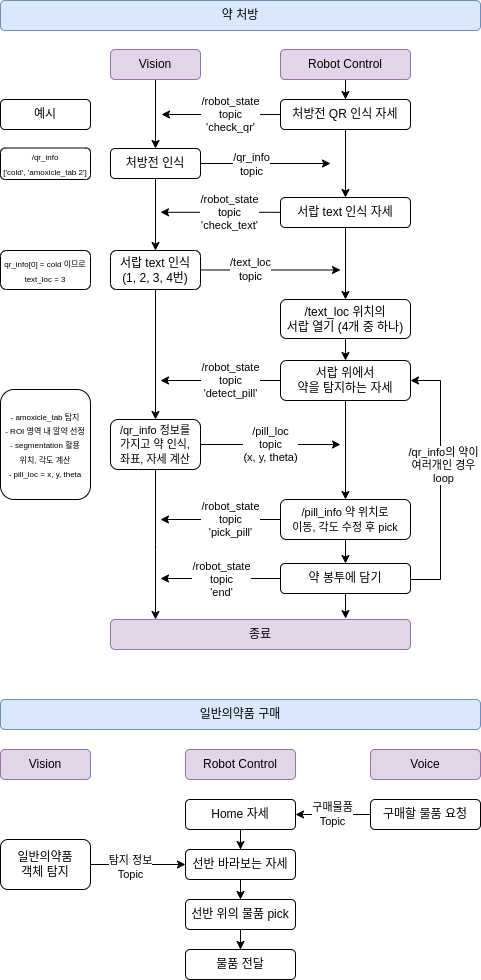
Before: rokey_project/image/system_flow/ROKEY_Pharmacy_detail.drawio.png, a diagram exported from draw.io (hongha0704/rokey_pharmacy). Source tidied: cells renumbered, new cells last; positions are measured from the earlier drawing's top-left corner, leaving out a move shared by most shapes.
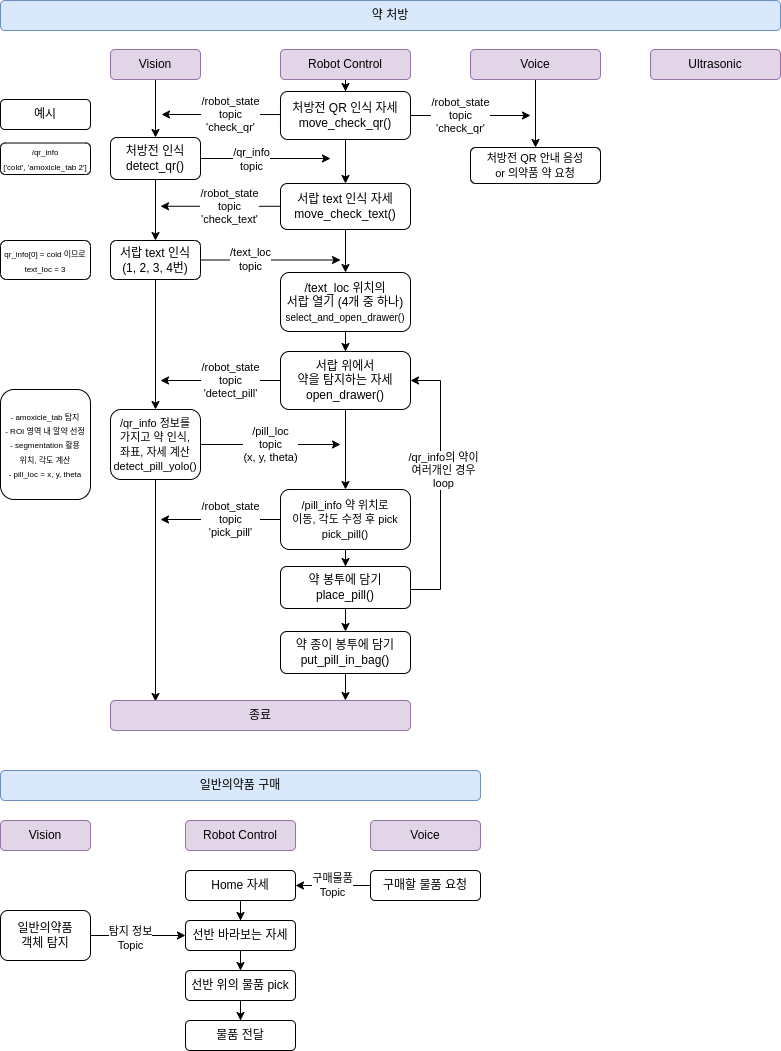
Above is the later version.

Change to the diagram source:
```diff
@@ -8,3 +8,3 @@
     <mxCell id="3" value="Vision" style="rounded=1;whiteSpace=wrap;html=1;fillColor=#e1d5e7;strokeColor=#9673a6;" parent="1" vertex="1">
-      <mxGeometry x="110" y="49" width="90" height="30" as="geometry" />
+      <mxGeometry x="90" y="38" width="90" height="30" as="geometry" />
     </mxCell>
@@ -14,3 +14,3 @@
     <mxCell id="5" value="Robot Control" style="rounded=1;whiteSpace=wrap;html=1;fillColor=#e1d5e7;strokeColor=#9673a6;" parent="1" vertex="1">
-      <mxGeometry x="280" y="49" width="130" height="30" as="geometry" />
+      <mxGeometry x="260" y="38" width="130" height="30" as="geometry" />
     </mxCell>
@@ -18,3 +18,3 @@
       <mxGeometry relative="1" as="geometry">
-        <mxPoint x="330" y="163" as="targetPoint" />
+        <mxPoint x="310" y="147" as="targetPoint" />
       </mxGeometry>
@@ -29,4 +29,4 @@
     </mxCell>
-    <mxCell id="9" value="처방전 인식" style="rounded=1;whiteSpace=wrap;html=1;" parent="1" vertex="1">
-      <mxGeometry x="110" y="148" width="90" height="30" as="geometry" />
+    <mxCell id="9" value="처방전 인식&lt;div&gt;detect_qr()&lt;/div&gt;" style="rounded=1;whiteSpace=wrap;html=1;" parent="1" vertex="1">
+      <mxGeometry x="90" y="126" width="90" height="42" as="geometry" />
     </mxCell>
@@ -34,4 +34,4 @@
       <mxGeometry x="-0.15" relative="1" as="geometry">
-        <mxPoint x="281" y="114" as="sourcePoint" />
-        <mxPoint x="161" y="114" as="targetPoint" />
+        <mxPoint x="261" y="103" as="sourcePoint" />
+        <mxPoint x="141" y="103" as="targetPoint" />
       </mxGeometry>
@@ -41,4 +41,9 @@
     </mxCell>
+    <mxCell id="57" value="&lt;span style=&quot;forced-color-adjust: none; color: light-dark(rgb(0, 0, 0), rgb(237, 237, 237)); font-family: Helvetica; font-size: 11px; font-style: normal; font-variant-ligatures: normal; font-variant-caps: normal; font-weight: 400; letter-spacing: normal; orphans: 2; text-align: center; text-indent: 0px; text-transform: none; widows: 2; word-spacing: 0px; -webkit-text-stroke-width: 0px; white-space: nowrap; background-color: light-dark(rgb(255, 255, 255), rgb(18, 18, 18)); text-decoration-thickness: initial; text-decoration-style: initial; text-decoration-color: initial; float: none; display: inline !important;&quot;&gt;/robot_state&lt;/span&gt;&lt;div style=&quot;forced-color-adjust: none; color: light-dark(rgb(0, 0, 0), rgb(237, 237, 237)); font-family: Helvetica; font-size: 11px; font-style: normal; font-variant-ligatures: normal; font-variant-caps: normal; font-weight: 400; letter-spacing: normal; orphans: 2; text-align: center; text-indent: 0px; text-transform: none; widows: 2; word-spacing: 0px; -webkit-text-stroke-width: 0px; white-space: nowrap; text-decoration-thickness: initial; text-decoration-style: initial; text-decoration-color: initial;&quot;&gt;topic&lt;/div&gt;&lt;div style=&quot;forced-color-adjust: none; color: light-dark(rgb(0, 0, 0), rgb(237, 237, 237)); font-family: Helvetica; font-size: 11px; font-style: normal; font-variant-ligatures: normal; font-variant-caps: normal; font-weight: 400; letter-spacing: normal; orphans: 2; text-align: center; text-indent: 0px; text-transform: none; widows: 2; word-spacing: 0px; -webkit-text-stroke-width: 0px; white-space: nowrap; text-decoration-thickness: initial; text-decoration-style: initial; text-decoration-color: initial;&quot;&gt;'check_qr'&lt;/div&gt;" style="edgeStyle=orthogonalEdgeStyle;rounded=0;jettySize=auto;html=1;" parent="1" edge="1" source="12">
+      <mxGeometry x="-0.17" relative="1" as="geometry">
+        <mxPoint x="510" y="104" as="targetPoint" />
+      </mxGeometry>
+    </mxCell>
-    <mxCell id="12" value="처방전 QR 인식 자세" style="rounded=1;whiteSpace=wrap;html=1;" parent="1" vertex="1">
-      <mxGeometry x="280" y="99" width="130" height="30" as="geometry" />
+    <mxCell id="12" value="처방전 QR 인식 자세&lt;div&gt;move_check_qr()&lt;/div&gt;" style="rounded=1;whiteSpace=wrap;html=1;" parent="1" vertex="1">
+      <mxGeometry x="260" y="80" width="130" height="48" as="geometry" />
     </mxCell>
@@ -49,7 +54,7 @@
       <mxGeometry x="-0.17" relative="1" as="geometry">
-        <mxPoint x="160" y="380" as="targetPoint" />
+        <mxPoint x="140" y="369" as="targetPoint" />
       </mxGeometry>
     </mxCell>
-    <mxCell id="15" value="서랍 위에서&lt;div&gt;약을 탐지하는 자세&lt;/div&gt;" style="rounded=1;whiteSpace=wrap;html=1;" parent="1" vertex="1">
-      <mxGeometry x="280" y="360" width="130" height="40" as="geometry" />
+    <mxCell id="15" value="서랍 위에서&lt;div&gt;약을 탐지하는 자세&lt;/div&gt;&lt;div&gt;open_drawer()&lt;/div&gt;" style="rounded=1;whiteSpace=wrap;html=1;" parent="1" vertex="1">
+      <mxGeometry x="260" y="340" width="130" height="58" as="geometry" />
     </mxCell>
@@ -57,3 +62,3 @@
       <mxGeometry x="-0.17" relative="1" as="geometry">
-        <mxPoint x="160" y="519" as="targetPoint" />
+        <mxPoint x="140" y="508" as="targetPoint" />
       </mxGeometry>
@@ -63,10 +68,5 @@
     </mxCell>
-    <mxCell id="18" value="&lt;span style=&quot;font-size: 11px; text-wrap-mode: nowrap; background-color: rgb(255, 255, 255);&quot;&gt;/pill_info 약 위치로 &lt;br&gt;이동, 각도 수정 후 pick&lt;/span&gt;" style="rounded=1;whiteSpace=wrap;html=1;" parent="1" vertex="1">
-      <mxGeometry x="280" y="499" width="130" height="40" as="geometry" />
+    <mxCell id="18" value="&lt;span style=&quot;font-size: 11px; text-wrap-mode: nowrap; background-color: rgb(255, 255, 255);&quot;&gt;/pill_info 약 위치로 &lt;br&gt;이동, 각도 수정 후 pick&lt;/span&gt;&lt;div&gt;&lt;span style=&quot;font-size: 11px; text-wrap-mode: nowrap; background-color: rgb(255, 255, 255);&quot;&gt;pick_pill()&lt;/span&gt;&lt;/div&gt;" style="rounded=1;whiteSpace=wrap;html=1;" parent="1" vertex="1">
+      <mxGeometry x="260" y="478" width="130" height="60" as="geometry" />
     </mxCell>
-    <mxCell id="19" value="&lt;span style=&quot;forced-color-adjust: none; color: rgb(0, 0, 0); font-family: Helvetica; font-size: 11px; font-style: normal; font-variant-ligatures: normal; font-variant-caps: normal; font-weight: 400; letter-spacing: normal; orphans: 2; text-align: center; text-indent: 0px; text-transform: none; widows: 2; word-spacing: 0px; -webkit-text-stroke-width: 0px; white-space: nowrap; background-color: rgb(255, 255, 255); text-decoration-thickness: initial; text-decoration-style: initial; text-decoration-color: initial; float: none; display: inline !important;&quot;&gt;/robot_state&lt;/span&gt;&lt;div style=&quot;forced-color-adjust: none; color: rgb(0, 0, 0); font-family: Helvetica; font-size: 11px; font-style: normal; font-variant-ligatures: normal; font-variant-caps: normal; font-weight: 400; letter-spacing: normal; orphans: 2; text-align: center; text-indent: 0px; text-transform: none; widows: 2; word-spacing: 0px; -webkit-text-stroke-width: 0px; white-space: nowrap; text-decoration-thickness: initial; text-decoration-style: initial; text-decoration-color: initial;&quot;&gt;topic&lt;/div&gt;&lt;div style=&quot;forced-color-adjust: none; color: rgb(0, 0, 0); font-family: Helvetica; font-size: 11px; font-style: normal; font-variant-ligatures: normal; font-variant-caps: normal; font-weight: 400; letter-spacing: normal; orphans: 2; text-align: center; text-indent: 0px; text-transform: none; widows: 2; word-spacing: 0px; -webkit-text-stroke-width: 0px; white-space: nowrap; text-decoration-thickness: initial; text-decoration-style: initial; text-decoration-color: initial;&quot;&gt;'end'&lt;/div&gt;" style="edgeStyle=orthogonalEdgeStyle;rounded=0;jettySize=auto;html=1;" parent="1" edge="1" source="22">
-      <mxGeometry relative="1" as="geometry">
-        <mxPoint x="160" y="578" as="targetPoint" />
-      </mxGeometry>
-    </mxCell>
     <mxCell id="20" style="edgeStyle=orthogonalEdgeStyle;rounded=0;jettySize=auto;html=1;entryX=1;entryY=0.5;entryDx=0;entryDy=0;" parent="1" edge="1" source="22" target="15">
@@ -74,4 +74,4 @@
         <Array as="points">
-          <mxPoint x="440" y="579" />
-          <mxPoint x="440" y="380" />
+          <mxPoint x="420" y="578" />
+          <mxPoint x="420" y="369" />
         </Array>
@@ -82,16 +82,19 @@
     </mxCell>
+    <mxCell id="58" style="edgeStyle=orthogonalEdgeStyle;rounded=0;jettySize=auto;html=1;" parent="1" edge="1" source="22" target="63">
+      <mxGeometry relative="1" as="geometry" />
+    </mxCell>
-    <mxCell id="22" value="약 봉투에 담기" style="rounded=1;whiteSpace=wrap;html=1;" parent="1" vertex="1">
-      <mxGeometry x="280" y="563" width="130" height="30" as="geometry" />
+    <mxCell id="22" value="약 봉투에 담기&lt;div&gt;place_pill()&lt;/div&gt;" style="rounded=1;whiteSpace=wrap;html=1;" parent="1" vertex="1">
+      <mxGeometry x="260" y="555" width="130" height="42" as="geometry" />
     </mxCell>
     <mxCell id="23" value="약 처방" style="rounded=1;whiteSpace=wrap;html=1;fillColor=#dae8fc;strokeColor=#6c8ebf;" parent="1" vertex="1">
-      <mxGeometry width="480" height="30" as="geometry" />
+      <mxGeometry x="-20" y="-11" width="780" height="30" as="geometry" />
     </mxCell>
     <mxCell id="24" value="Vision" style="rounded=1;whiteSpace=wrap;html=1;fillColor=#e1d5e7;strokeColor=#9673a6;" parent="1" vertex="1">
-      <mxGeometry y="749" width="90" height="30" as="geometry" />
+      <mxGeometry x="-20" y="809" width="90" height="30" as="geometry" />
     </mxCell>
     <mxCell id="25" value="Robot Control" style="rounded=1;whiteSpace=wrap;html=1;fillColor=#e1d5e7;strokeColor=#9673a6;" parent="1" vertex="1">
-      <mxGeometry x="185" y="749" width="110" height="30" as="geometry" />
+      <mxGeometry x="165" y="809" width="110" height="30" as="geometry" />
     </mxCell>
     <mxCell id="26" value="Voice" style="rounded=1;whiteSpace=wrap;html=1;fillColor=#e1d5e7;strokeColor=#9673a6;" parent="1" vertex="1">
-      <mxGeometry x="370" y="749" width="110" height="30" as="geometry" />
+      <mxGeometry x="350" y="809" width="110" height="30" as="geometry" />
     </mxCell>
@@ -101,3 +104,3 @@
     <mxCell id="28" value="Home 자세" style="rounded=1;whiteSpace=wrap;html=1;" parent="1" vertex="1">
-      <mxGeometry x="185" y="799" width="110" height="30" as="geometry" />
+      <mxGeometry x="165" y="859" width="110" height="30" as="geometry" />
     </mxCell>
@@ -107,6 +110,6 @@
     <mxCell id="30" value="구매할 물품 요청" style="rounded=1;whiteSpace=wrap;html=1;" parent="1" vertex="1">
-      <mxGeometry x="370" y="799" width="110" height="30" as="geometry" />
+      <mxGeometry x="350" y="859" width="110" height="30" as="geometry" />
     </mxCell>
     <mxCell id="31" value="일반의약품 구매" style="rounded=1;whiteSpace=wrap;html=1;fillColor=#dae8fc;strokeColor=#6c8ebf;" parent="1" vertex="1">
-      <mxGeometry y="699" width="480" height="30" as="geometry" />
+      <mxGeometry x="-20" y="759" width="480" height="30" as="geometry" />
     </mxCell>
@@ -116,3 +119,3 @@
     <mxCell id="33" value="선반 바라보는 자세" style="rounded=1;whiteSpace=wrap;html=1;" parent="1" vertex="1">
-      <mxGeometry x="185" y="849" width="110" height="30" as="geometry" />
+      <mxGeometry x="165" y="909" width="110" height="30" as="geometry" />
     </mxCell>
@@ -125,3 +128,3 @@
     <mxCell id="36" value="일반의약품&lt;div&gt;객체 탐지&lt;/div&gt;" style="rounded=1;whiteSpace=wrap;html=1;" parent="1" vertex="1">
-      <mxGeometry y="839" width="90" height="50" as="geometry" />
+      <mxGeometry x="-20" y="899" width="90" height="50" as="geometry" />
     </mxCell>
@@ -131,6 +134,6 @@
     <mxCell id="38" value="선반 위의 물품 pick" style="rounded=1;whiteSpace=wrap;html=1;" parent="1" vertex="1">
-      <mxGeometry x="185" y="899" width="110" height="30" as="geometry" />
+      <mxGeometry x="165" y="959" width="110" height="30" as="geometry" />
     </mxCell>
     <mxCell id="39" value="물품 전달" style="rounded=1;whiteSpace=wrap;html=1;" parent="1" vertex="1">
-      <mxGeometry x="185" y="949" width="110" height="30" as="geometry" />
+      <mxGeometry x="165" y="1009" width="110" height="30" as="geometry" />
     </mxCell>
@@ -139,4 +142,4 @@
     </mxCell>
-    <mxCell id="41" value="서랍 text 인식 자세" style="rounded=1;whiteSpace=wrap;html=1;" parent="1" vertex="1">
-      <mxGeometry x="280" y="197" width="130" height="30" as="geometry" />
+    <mxCell id="41" value="서랍 text 인식 자세&lt;div&gt;move_check_text()&lt;/div&gt;" style="rounded=1;whiteSpace=wrap;html=1;" parent="1" vertex="1">
+      <mxGeometry x="260" y="172" width="130" height="46" as="geometry" />
     </mxCell>
@@ -145,4 +148,4 @@
     </mxCell>
-    <mxCell id="43" value="/text_loc 위치의&lt;br&gt;&lt;span style=&quot;background-color: transparent; color: light-dark(rgb(0, 0, 0), rgb(255, 255, 255));&quot;&gt;서랍 열기 (4개 중 하나)&lt;/span&gt;" style="rounded=1;whiteSpace=wrap;html=1;" parent="1" vertex="1">
-      <mxGeometry x="280" y="299" width="130" height="39" as="geometry" />
+    <mxCell id="43" value="/text_loc 위치의&lt;br&gt;&lt;span style=&quot;background-color: transparent; color: light-dark(rgb(0, 0, 0), rgb(255, 255, 255));&quot;&gt;서랍 열기 (4개 중 하나)&lt;/span&gt;&lt;div&gt;&lt;span style=&quot;background-color: transparent; color: light-dark(rgb(0, 0, 0), rgb(255, 255, 255));&quot;&gt;&lt;font style=&quot;font-size: 10px;&quot;&gt;select_and_open_drawer()&lt;/font&gt;&lt;/span&gt;&lt;/div&gt;" style="rounded=1;whiteSpace=wrap;html=1;" parent="1" vertex="1">
+      <mxGeometry x="260" y="261" width="130" height="59" as="geometry" />
     </mxCell>
@@ -150,4 +153,4 @@
       <mxGeometry x="-0.15" relative="1" as="geometry">
-        <mxPoint x="280" y="211.8" as="sourcePoint" />
-        <mxPoint x="160" y="211.8" as="targetPoint" />
+        <mxPoint x="260" y="194.8" as="sourcePoint" />
+        <mxPoint x="140" y="194.8" as="targetPoint" />
       </mxGeometry>
@@ -159,3 +162,3 @@
       <mxGeometry x="-0.29" y="1" relative="1" as="geometry">
-        <mxPoint x="340" y="269.5" as="targetPoint" />
+        <mxPoint x="320" y="248.5" as="targetPoint" />
       </mxGeometry>
@@ -163,8 +166,6 @@
     <mxCell id="47" value="서랍 text 인식&lt;div&gt;(1, 2, 3, 4번)&lt;/div&gt;" style="rounded=1;whiteSpace=wrap;html=1;" parent="1" vertex="1">
-      <mxGeometry x="110" y="250" width="90" height="39" as="geometry" />
+      <mxGeometry x="90" y="229" width="90" height="39" as="geometry" />
     </mxCell>
-    <mxCell id="48" style="edgeStyle=orthogonalEdgeStyle;rounded=0;jettySize=auto;html=1;entryX=0.5;entryY=0;entryDx=0;entryDy=0;" parent="1" edge="1" source="50">
-      <mxGeometry relative="1" as="geometry">
-        <mxPoint x="155" y="619" as="targetPoint" />
-      </mxGeometry>
+    <mxCell id="48" style="edgeStyle=orthogonalEdgeStyle;rounded=0;jettySize=auto;html=1;entryX=0.15;entryY=0.033;entryDx=0;entryDy=0;entryPerimeter=0;" parent="1" edge="1" source="50" target="51">
+      <mxGeometry relative="1" as="geometry" />
     </mxCell>
@@ -172,26 +173,41 @@
       <mxGeometry relative="1" as="geometry">
-        <mxPoint x="340" y="444" as="targetPoint" />
+        <mxPoint x="320" y="433" as="targetPoint" />
       </mxGeometry>
     </mxCell>
-    <mxCell id="50" value="&lt;span style=&quot;font-size: 11px; text-wrap-mode: nowrap; background-color: rgb(255, 255, 255);&quot;&gt;/qr_info 정보를&lt;br&gt;가지고&amp;nbsp;&lt;/span&gt;&lt;span style=&quot;font-size: 11px; background-color: transparent; color: light-dark(rgb(0, 0, 0), rgb(255, 255, 255));&quot;&gt;약 인식,&lt;/span&gt;&lt;div&gt;&lt;div&gt;&lt;font style=&quot;font-size: 11px;&quot;&gt;좌표, 자세 계산&lt;/font&gt;&lt;/div&gt;&lt;/div&gt;" style="rounded=1;whiteSpace=wrap;html=1;" parent="1" vertex="1">
-      <mxGeometry x="110" y="419" width="90" height="50" as="geometry" />
+    <mxCell id="50" value="&lt;span style=&quot;font-size: 11px; text-wrap-mode: nowrap; background-color: rgb(255, 255, 255);&quot;&gt;/qr_info 정보를&lt;br&gt;가지고&amp;nbsp;&lt;/span&gt;&lt;span style=&quot;font-size: 11px; background-color: transparent; color: light-dark(rgb(0, 0, 0), rgb(255, 255, 255));&quot;&gt;약 인식,&lt;/span&gt;&lt;div&gt;&lt;div&gt;&lt;font style=&quot;font-size: 11px;&quot;&gt;좌표, 자세 계산&lt;/font&gt;&lt;/div&gt;&lt;/div&gt;&lt;div&gt;&lt;font style=&quot;font-size: 11px;&quot;&gt;detect_pill_yolo()&lt;/font&gt;&lt;/div&gt;" style="rounded=1;whiteSpace=wrap;html=1;" parent="1" vertex="1">
+      <mxGeometry x="90" y="398" width="90" height="70" as="geometry" />
     </mxCell>
     <mxCell id="51" value="종료" style="rounded=1;whiteSpace=wrap;html=1;fillColor=#e1d5e7;strokeColor=#9673a6;" parent="1" vertex="1">
-      <mxGeometry x="110" y="619" width="300" height="30" as="geometry" />
+      <mxGeometry x="90" y="689" width="300" height="30" as="geometry" />
     </mxCell>
-    <mxCell id="52" style="edgeStyle=orthogonalEdgeStyle;rounded=0;jettySize=auto;html=1;entryX=0.784;entryY=-0.031;entryDx=0;entryDy=0;entryPerimeter=0;" parent="1" edge="1" source="22" target="51">
-      <mxGeometry relative="1" as="geometry" />
-    </mxCell>
     <mxCell id="53" value="&lt;font style=&quot;font-size: 8px;&quot;&gt;/qr_info&lt;/font&gt;&lt;div&gt;&lt;font style=&quot;font-size: 8px;&quot;&gt;&lt;font style=&quot;&quot;&gt;['cold', 'amoxicle_tab&lt;span style=&quot;background-color: transparent; color: light-dark(rgb(0, 0, 0), rgb(255, 255, 255));&quot;&gt;&amp;nbsp;2'&lt;/span&gt;&lt;/font&gt;&lt;span style=&quot;background-color: transparent; color: light-dark(rgb(0, 0, 0), rgb(255, 255, 255));&quot;&gt;]&lt;/span&gt;&lt;/font&gt;&lt;/div&gt;" style="rounded=1;whiteSpace=wrap;html=1;" parent="1" vertex="1">
-      <mxGeometry y="147.5" width="90" height="31.5" as="geometry" />
+      <mxGeometry x="-20" y="131.5" width="90" height="31.5" as="geometry" />
     </mxCell>
     <mxCell id="54" value="&lt;font style=&quot;font-size: 8px;&quot;&gt;qr_info[0] = cold 이므로&lt;/font&gt;&lt;div&gt;&lt;span style=&quot;text-wrap-mode: nowrap; background-color: rgb(255, 255, 255);&quot;&gt;&lt;font style=&quot;font-size: 8px;&quot;&gt;text_loc = 3&lt;/font&gt;&lt;/span&gt;&lt;/div&gt;" style="rounded=1;whiteSpace=wrap;html=1;" parent="1" vertex="1">
-      <mxGeometry y="250" width="90" height="39" as="geometry" />
+      <mxGeometry x="-20" y="229" width="90" height="39" as="geometry" />
     </mxCell>
     <mxCell id="55" value="&lt;font&gt;예시&lt;/font&gt;" style="rounded=1;whiteSpace=wrap;html=1;" parent="1" vertex="1">
-      <mxGeometry y="99" width="90" height="30" as="geometry" />
+      <mxGeometry x="-20" y="88" width="90" height="30" as="geometry" />
     </mxCell>
     <mxCell id="56" value="&lt;font style=&quot;font-size: 8px;&quot;&gt;- amoxicle_tab 탐지&lt;/font&gt;&lt;div&gt;&lt;font style=&quot;font-size: 8px;&quot;&gt;- ROI 영역 내 알약 선정&lt;/font&gt;&lt;/div&gt;&lt;div&gt;&lt;span style=&quot;font-size: 8px;&quot;&gt;- segmentation 활용&lt;br&gt;위치, 각도 계산&lt;/span&gt;&lt;/div&gt;&lt;div&gt;&lt;font style=&quot;font-size: 8px;&quot;&gt;- pill_loc = x, y, theta&lt;/font&gt;&lt;/div&gt;" style="rounded=1;whiteSpace=wrap;html=1;" parent="1" vertex="1">
-      <mxGeometry y="389" width="90" height="110" as="geometry" />
+      <mxGeometry x="-20" y="378" width="90" height="110" as="geometry" />
     </mxCell>
+    <mxCell id="59" style="edgeStyle=orthogonalEdgeStyle;rounded=0;jettySize=auto;html=1;entryX=0.5;entryY=0;entryDx=0;entryDy=0;" parent="1" edge="1" source="60" target="61">
+      <mxGeometry relative="1" as="geometry" />
+    </mxCell>
+    <mxCell id="60" value="Voice" style="rounded=1;whiteSpace=wrap;html=1;fillColor=#e1d5e7;strokeColor=#9673a6;" parent="1" vertex="1">
+      <mxGeometry x="450" y="38" width="130" height="30" as="geometry" />
+    </mxCell>
+    <mxCell id="61" value="&lt;font style=&quot;font-size: 11px;&quot;&gt;처방전 QR 안내 음성&lt;br&gt;or 의약품 약 요청&lt;/font&gt;" style="rounded=1;whiteSpace=wrap;html=1;" parent="1" vertex="1">
+      <mxGeometry x="450" y="136" width="130" height="36" as="geometry" />
+    </mxCell>
+    <mxCell id="62" value="Ultrasonic" style="rounded=1;whiteSpace=wrap;html=1;fillColor=#e1d5e7;strokeColor=#9673a6;" parent="1" vertex="1">
+      <mxGeometry x="630" y="38" width="130" height="30" as="geometry" />
+    </mxCell>
+    <mxCell id="63" value="약 종이 봉투에 담기&lt;div&gt;put_pill_in_bag()&lt;/div&gt;" style="rounded=1;whiteSpace=wrap;html=1;" parent="1" vertex="1">
+      <mxGeometry x="260" y="620" width="130" height="42" as="geometry" />
+    </mxCell>
+    <mxCell id="64" style="edgeStyle=orthogonalEdgeStyle;rounded=0;jettySize=auto;html=1;entryX=0.783;entryY=0;entryDx=0;entryDy=0;entryPerimeter=0;" parent="1" edge="1" source="63" target="51">
+      <mxGeometry relative="1" as="geometry" />
+    </mxCell>
   </root>
```
